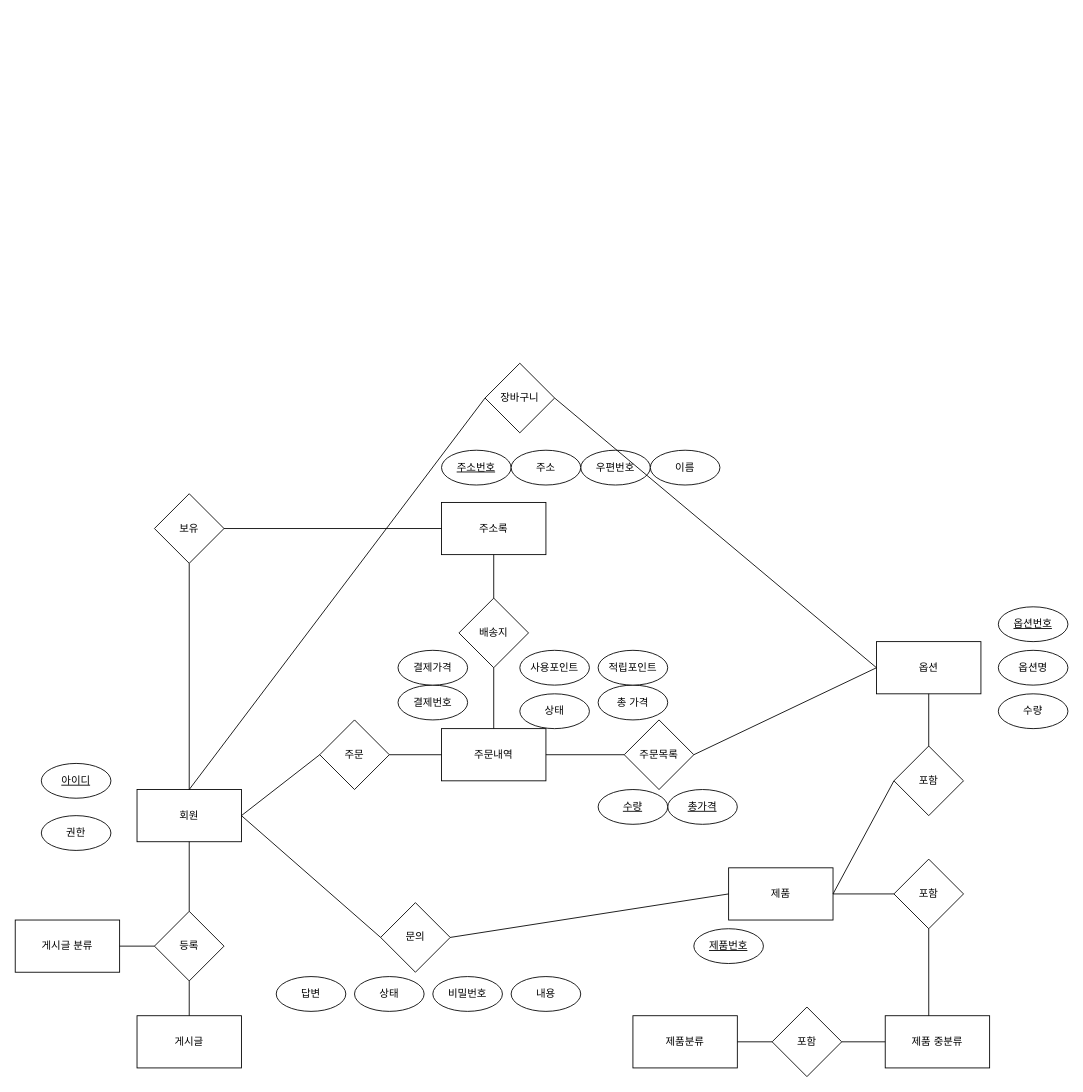
This is 제목 없는 다이어그램.drawio from yeomsteve/02102022spring, a draw.io file, before an edit. Source tidied: cells renumbered, new cells numbered last; positions are measured from the earlier drawing's top-left corner, leaving out a move shared by most shapes. Both pictures are drawn from the tidied source at 87%, with x=0, y=0 at pixel (15, 363).
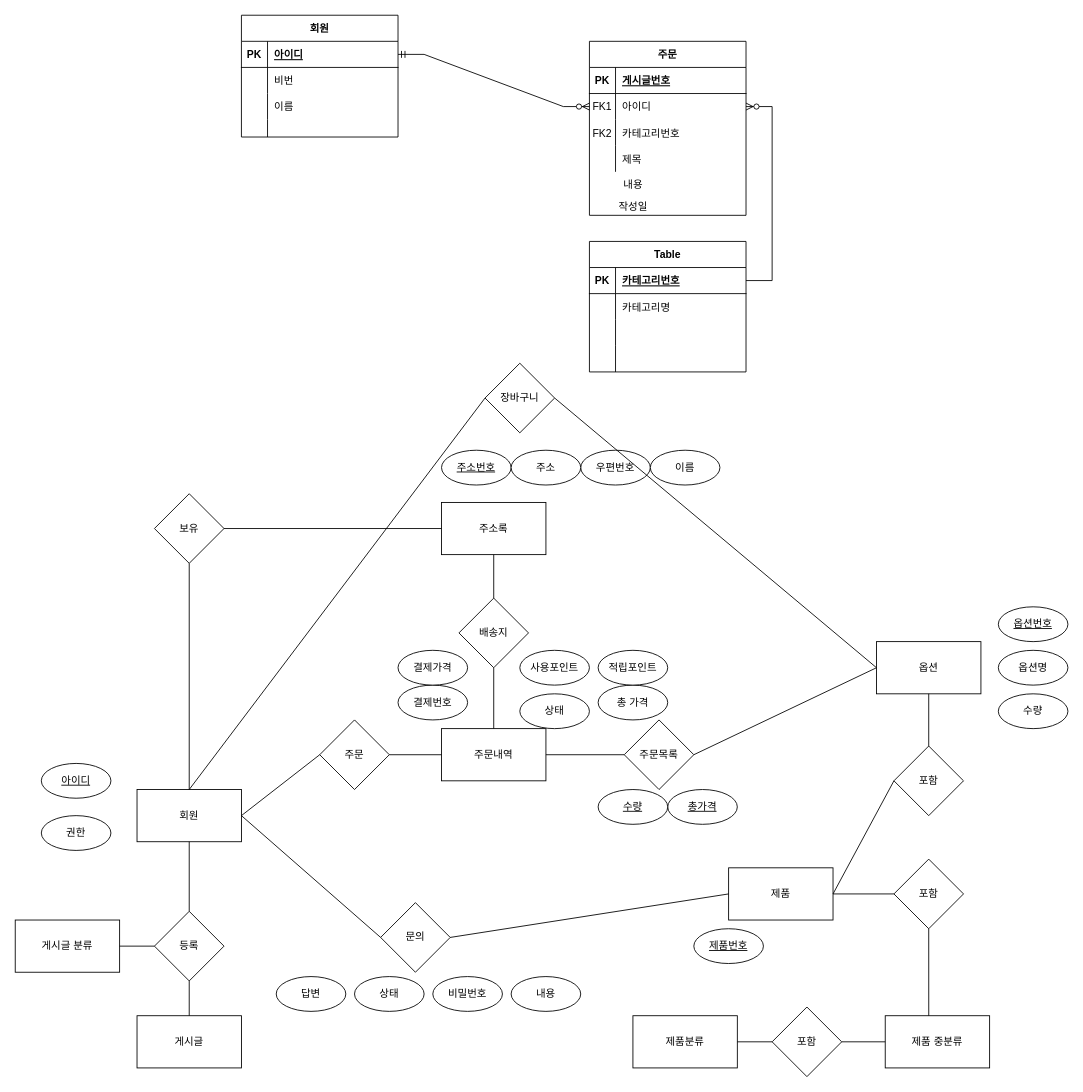
After the change.

Commit message:
제목 없는 다이어그램.drawio 업데이트

Diff of the diagram source:
```diff
@@
+    <mxCell id="64" value="회원" style="shape=table;startSize=30;childLayout=tableLayout;rowLines=0;fontStyle=1;align=center;" parent="1" vertex="1">
+      <mxGeometry x="260" y="-400" width="180" height="140" as="geometry" />
+    </mxCell>
+    <mxCell id="65" style="shape=tableRow;horizontal=0;startSize=0;swimlaneHead=0;swimlaneBody=0;fillColor=none;points=[[0,0.5],[1,0.5]];portConstraint=eastwest;top=0;left=0;right=0;bottom=1;" parent="64" vertex="1">
+      <mxGeometry y="30" width="180" height="30" as="geometry" />
+    </mxCell>
+    <mxCell id="66" value="PK" style="shape=partialRectangle;fillColor=none;top=0;left=0;bottom=0;right=0;fontStyle=1;overflow=hidden;" parent="65" vertex="1">
+      <mxGeometry width="30" height="30" as="geometry" />
+    </mxCell>
+    <mxCell id="67" value="아이디" style="shape=partialRectangle;fillColor=none;top=0;left=0;bottom=0;right=0;align=left;spacingLeft=6;fontStyle=5;overflow=hidden;" parent="65" vertex="1">
+      <mxGeometry x="30" width="150" height="30" as="geometry" />
+    </mxCell>
+    <mxCell id="68" style="shape=tableRow;horizontal=0;startSize=0;swimlaneHead=0;swimlaneBody=0;fillColor=none;top=0;left=0;right=0;bottom=0;" parent="64" vertex="1">
+      <mxGeometry y="60" width="180" height="30" as="geometry" />
+    </mxCell>
+    <mxCell id="69" style="shape=partialRectangle;fillColor=none;top=0;left=0;bottom=0;right=0;overflow=hidden;" parent="68" vertex="1">
+      <mxGeometry width="30" height="30" as="geometry" />
+    </mxCell>
+    <mxCell id="70" value="비번" style="shape=partialRectangle;fillColor=none;top=0;left=0;bottom=0;right=0;align=left;spacingLeft=6;overflow=hidden;" parent="68" vertex="1">
+      <mxGeometry x="30" width="150" height="30" as="geometry" />
+    </mxCell>
+    <mxCell id="71" style="shape=tableRow;horizontal=0;startSize=0;swimlaneHead=0;swimlaneBody=0;fillColor=none;top=0;left=0;right=0;bottom=0;" parent="64" vertex="1">
+      <mxGeometry y="90" width="180" height="30" as="geometry" />
+    </mxCell>
+    <mxCell id="72" style="shape=partialRectangle;fillColor=none;top=0;left=0;bottom=0;right=0;overflow=hidden;" parent="71" vertex="1">
+      <mxGeometry width="30" height="30" as="geometry" />
+    </mxCell>
+    <mxCell id="73" value="이름" style="shape=partialRectangle;fillColor=none;top=0;left=0;bottom=0;right=0;align=left;spacingLeft=6;overflow=hidden;" parent="71" vertex="1">
+      <mxGeometry x="30" width="150" height="30" as="geometry" />
+    </mxCell>
+    <mxCell id="74" style="shape=tableRow;horizontal=0;startSize=0;swimlaneHead=0;swimlaneBody=0;fillColor=none;top=0;left=0;right=0;bottom=0;" parent="64" vertex="1">
+      <mxGeometry y="120" width="180" height="20" as="geometry" />
+    </mxCell>
+    <mxCell id="75" style="shape=partialRectangle;fillColor=none;top=0;left=0;bottom=0;right=0;overflow=hidden;" parent="74" vertex="1">
+      <mxGeometry width="30" height="20" as="geometry" />
+    </mxCell>
+    <mxCell id="76" style="shape=partialRectangle;fillColor=none;top=0;left=0;bottom=0;right=0;align=left;spacingLeft=6;overflow=hidden;" parent="74" vertex="1">
+      <mxGeometry x="30" width="150" height="20" as="geometry" />
+    </mxCell>
+    <mxCell id="77" value="주문" style="shape=table;startSize=30;childLayout=tableLayout;rowLines=0;fontStyle=1;align=center;" parent="1" vertex="1">
+      <mxGeometry x="660" y="-370" width="180" height="200" as="geometry" />
+    </mxCell>
+    <mxCell id="78" style="shape=tableRow;horizontal=0;startSize=0;swimlaneHead=0;swimlaneBody=0;fillColor=none;top=0;left=0;right=0;bottom=1;" parent="77" vertex="1">
+      <mxGeometry y="30" width="180" height="30" as="geometry" />
+    </mxCell>
+    <mxCell id="79" value="PK" style="shape=partialRectangle;fillColor=none;top=0;left=0;bottom=0;right=0;fontStyle=1;overflow=hidden;" parent="78" vertex="1">
+      <mxGeometry width="30" height="30" as="geometry" />
+    </mxCell>
+    <mxCell id="80" value="게시글번호" style="shape=partialRectangle;fillColor=none;top=0;left=0;bottom=0;right=0;align=left;spacingLeft=6;fontStyle=5;overflow=hidden;" parent="78" vertex="1">
+      <mxGeometry x="30" width="150" height="30" as="geometry" />
+    </mxCell>
+    <mxCell id="81" style="shape=tableRow;horizontal=0;startSize=0;swimlaneHead=0;swimlaneBody=0;fillColor=none;points=[[0,0.5],[1,0.5]];portConstraint=eastwest;top=0;left=0;right=0;bottom=0;" parent="77" vertex="1">
+      <mxGeometry y="60" width="180" height="30" as="geometry" />
+    </mxCell>
+    <mxCell id="82" value="FK1" style="shape=partialRectangle;fillColor=none;top=0;left=0;bottom=0;right=0;overflow=hidden;" parent="81" vertex="1">
+      <mxGeometry width="30" height="30" as="geometry" />
+    </mxCell>
+    <mxCell id="83" value="아이디" style="shape=partialRectangle;fillColor=none;top=0;left=0;bottom=0;right=0;align=left;spacingLeft=6;overflow=hidden;" parent="81" vertex="1">
+      <mxGeometry x="30" width="150" height="30" as="geometry" />
+    </mxCell>
+    <mxCell id="84" style="shape=tableRow;horizontal=0;startSize=0;swimlaneHead=0;swimlaneBody=0;fillColor=none;top=0;left=0;right=0;bottom=0;" parent="77" vertex="1">
+      <mxGeometry y="90" width="180" height="30" as="geometry" />
+    </mxCell>
+    <mxCell id="85" value="FK2" style="shape=partialRectangle;fillColor=none;top=0;left=0;bottom=0;right=0;overflow=hidden;" parent="84" vertex="1">
+      <mxGeometry width="30" height="30" as="geometry" />
+    </mxCell>
+    <mxCell id="86" value="카테고리번호" style="shape=partialRectangle;fillColor=none;top=0;left=0;bottom=0;right=0;align=left;spacingLeft=6;overflow=hidden;" parent="84" vertex="1">
+      <mxGeometry x="30" width="150" height="30" as="geometry" />
+    </mxCell>
+    <mxCell id="87" style="shape=tableRow;horizontal=0;startSize=0;swimlaneHead=0;swimlaneBody=0;fillColor=none;top=0;left=0;right=0;bottom=0;" parent="77" vertex="1">
+      <mxGeometry y="120" width="180" height="30" as="geometry" />
+    </mxCell>
+    <mxCell id="88" style="shape=partialRectangle;fillColor=none;top=0;left=0;bottom=0;right=0;overflow=hidden;" parent="87" vertex="1">
+      <mxGeometry width="30" height="30" as="geometry" />
+    </mxCell>
+    <mxCell id="89" value="제목" style="shape=partialRectangle;fillColor=none;top=0;left=0;bottom=0;right=0;align=left;spacingLeft=6;overflow=hidden;" parent="87" vertex="1">
+      <mxGeometry x="30" width="150" height="30" as="geometry" />
+    </mxCell>
+    <mxCell id="90" value="Table" style="shape=table;startSize=30;childLayout=tableLayout;rowLines=0;fontStyle=1;align=center;" parent="1" vertex="1">
+      <mxGeometry x="660" y="-140" width="180" height="150" as="geometry" />
+    </mxCell>
+    <mxCell id="91" style="shape=tableRow;horizontal=0;startSize=0;swimlaneHead=0;swimlaneBody=0;fillColor=none;points=[[0,0.5],[1,0.5]];portConstraint=eastwest;top=0;left=0;right=0;bottom=1;" parent="90" vertex="1">
+      <mxGeometry y="30" width="180" height="30" as="geometry" />
+    </mxCell>
+    <mxCell id="92" value="PK" style="shape=partialRectangle;fillColor=none;top=0;left=0;bottom=0;right=0;fontStyle=1;overflow=hidden;" parent="91" vertex="1">
+      <mxGeometry width="30" height="30" as="geometry" />
+    </mxCell>
+    <mxCell id="93" value="카테고리번호" style="shape=partialRectangle;fillColor=none;top=0;left=0;bottom=0;right=0;align=left;spacingLeft=6;fontStyle=5;overflow=hidden;" parent="91" vertex="1">
+      <mxGeometry x="30" width="150" height="30" as="geometry" />
+    </mxCell>
+    <mxCell id="94" style="shape=tableRow;horizontal=0;startSize=0;swimlaneHead=0;swimlaneBody=0;fillColor=none;top=0;left=0;right=0;bottom=0;" parent="90" vertex="1">
+      <mxGeometry y="60" width="180" height="30" as="geometry" />
+    </mxCell>
+    <mxCell id="95" style="shape=partialRectangle;fillColor=none;top=0;left=0;bottom=0;right=0;overflow=hidden;" parent="94" vertex="1">
+      <mxGeometry width="30" height="30" as="geometry" />
+    </mxCell>
+    <mxCell id="96" value="카테고리명" style="shape=partialRectangle;fillColor=none;top=0;left=0;bottom=0;right=0;align=left;spacingLeft=6;overflow=hidden;" parent="94" vertex="1">
+      <mxGeometry x="30" width="150" height="30" as="geometry" />
+    </mxCell>
+    <mxCell id="97" style="shape=tableRow;horizontal=0;startSize=0;swimlaneHead=0;swimlaneBody=0;fillColor=none;top=0;left=0;right=0;bottom=0;" parent="90" vertex="1">
+      <mxGeometry y="90" width="180" height="30" as="geometry" />
+    </mxCell>
+    <mxCell id="98" style="shape=partialRectangle;fillColor=none;top=0;left=0;bottom=0;right=0;overflow=hidden;" parent="97" vertex="1">
+      <mxGeometry width="30" height="30" as="geometry" />
+    </mxCell>
+    <mxCell id="99" style="shape=partialRectangle;fillColor=none;top=0;left=0;bottom=0;right=0;align=left;spacingLeft=6;overflow=hidden;" parent="97" vertex="1">
+      <mxGeometry x="30" width="150" height="30" as="geometry" />
+    </mxCell>
+    <mxCell id="100" style="shape=tableRow;horizontal=0;startSize=0;swimlaneHead=0;swimlaneBody=0;fillColor=none;top=0;left=0;right=0;bottom=0;" parent="90" vertex="1">
+      <mxGeometry y="120" width="180" height="30" as="geometry" />
+    </mxCell>
+    <mxCell id="101" style="shape=partialRectangle;fillColor=none;top=0;left=0;bottom=0;right=0;overflow=hidden;" parent="100" vertex="1">
+      <mxGeometry width="30" height="30" as="geometry" />
+    </mxCell>
+    <mxCell id="102" style="shape=partialRectangle;fillColor=none;top=0;left=0;bottom=0;right=0;align=left;spacingLeft=6;overflow=hidden;" parent="100" vertex="1">
+      <mxGeometry x="30" width="150" height="30" as="geometry" />
+    </mxCell>
+    <mxCell id="103" style="edgeStyle=entityRelationEdgeStyle;fontSize=12;html=1;endArrow=ERzeroToMany;startArrow=ERmandOne;rounded=0;exitX=1;exitY=0.5;exitDx=0;exitDy=0;entryX=0;entryY=0.5;entryDx=0;entryDy=0;" parent="1" edge="1" source="65" target="81">
+      <mxGeometry relative="1" as="geometry" />
+    </mxCell>
+    <mxCell id="104" value="&lt;br&gt;" style="text;html=1;align=center;verticalAlign=middle;strokeColor=none;fillColor=none;" parent="1" vertex="1">
+      <mxGeometry x="710" y="-225" width="20" height="30" as="geometry" />
+    </mxCell>
+    <mxCell id="105" value="내용" style="text;html=1;align=center;verticalAlign=middle;strokeColor=none;fillColor=none;" parent="1" vertex="1">
+      <mxGeometry x="685" y="-220" width="50" height="30" as="geometry" />
+    </mxCell>
+    <mxCell id="106" style="edgeStyle=entityRelationEdgeStyle;fontSize=12;html=1;endArrow=ERzeroToMany;endFill=1;rounded=0;exitX=1;exitY=0.5;exitDx=0;exitDy=0;entryX=1;entryY=0.5;entryDx=0;entryDy=0;" parent="1" edge="1" source="91" target="81">
+      <mxGeometry relative="1" as="geometry" />
+    </mxCell>
+    <mxCell id="107" value="작성일" style="text;html=1;align=center;verticalAlign=middle;strokeColor=none;fillColor=none;" parent="1" vertex="1">
+      <mxGeometry x="680" y="-195" width="60" height="30" as="geometry" />
+    </mxCell>
```
